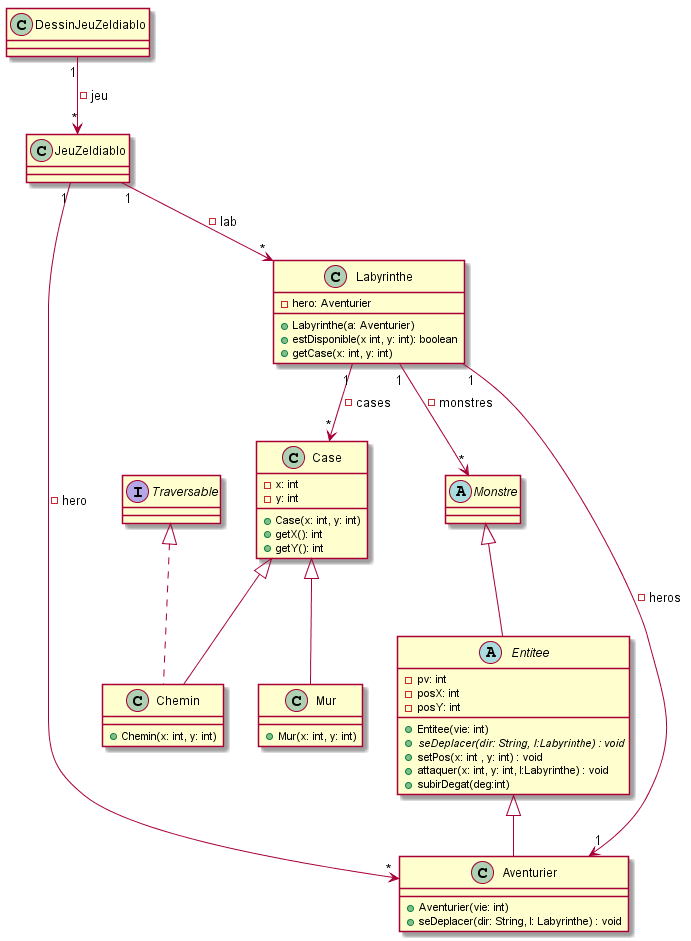
Earlier version of the PlantUML export documents/version_3.0/diagramme_classe.png (NunzioArdi/2019_coo_zeldiablo). The source it was exported from:
```plantuml
@startuml
class Aventurier{
+Aventurier(vie: int)
+seDeplacer(dir: String, l: Labyrinthe) : void
}

class Labyrinthe{
-hero: Aventurier
+Labyrinthe(a: Aventurier)
+estDisponible(x int, y: int): boolean
+getCase(x: int, y: int)
}

class Case{
- x: int
- y: int
+Case(x: int, y: int)
+getX(): int
+getY(): int
}

class Chemin{
+Chemin(x: int, y: int)
}

class Mur{
+Mur(x: int, y: int)
}

interface Traversable{
}



class JeuZeldiablo {

}

class DessinJeuZeldiablo {

}

abstract class Entitee{
-pv: int
-posX: int
-posY: int
+Entitee(vie: int)
+ {abstract} seDeplacer(dir: String, l:Labyrinthe) : void
+setPos(x: int , y: int) : void
+attaquer(x: int, y: int, l:Labyrinthe) : void
+subirDegat(deg:int)
}

abstract class Monstre {

}


Monstre <|-- Entitee
Case <|-- Chemin
Case <|-- Mur
Traversable  <|..  Chemin
Labyrinthe "1" --> "*" Case : -cases
Labyrinthe "1" --> "1" Aventurier : -heros
Labyrinthe "1" --> "*" Monstre : -monstres
Entitee <|-- Aventurier
JeuZeldiablo "1" --> "*" Labyrinthe : -lab
JeuZeldiablo "1" --> "*" Aventurier : -hero
DessinJeuZeldiablo "1" --> "*" JeuZeldiablo : -jeu
@enduml
```
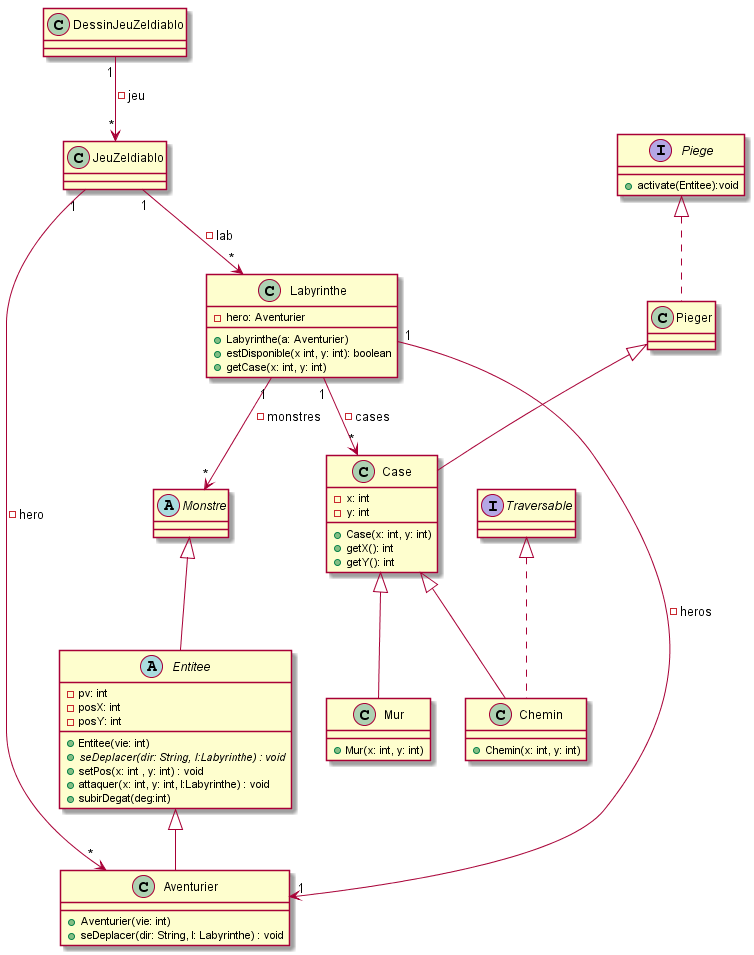
The same diagram one commit later.

Commit message:
maj diagramme de classe

Diff of the diagram source:
```diff
@@ -55,7 +55,17 @@
 
 }
 
+class Pieger {
 
+}
+
+interface Piege {
++activate(Entitee):void
+}
+
+
+Pieger <|-- Case
+Piege <|.. Pieger
 Monstre <|-- Entitee
 Case <|-- Chemin
 Case <|-- Mur
```
